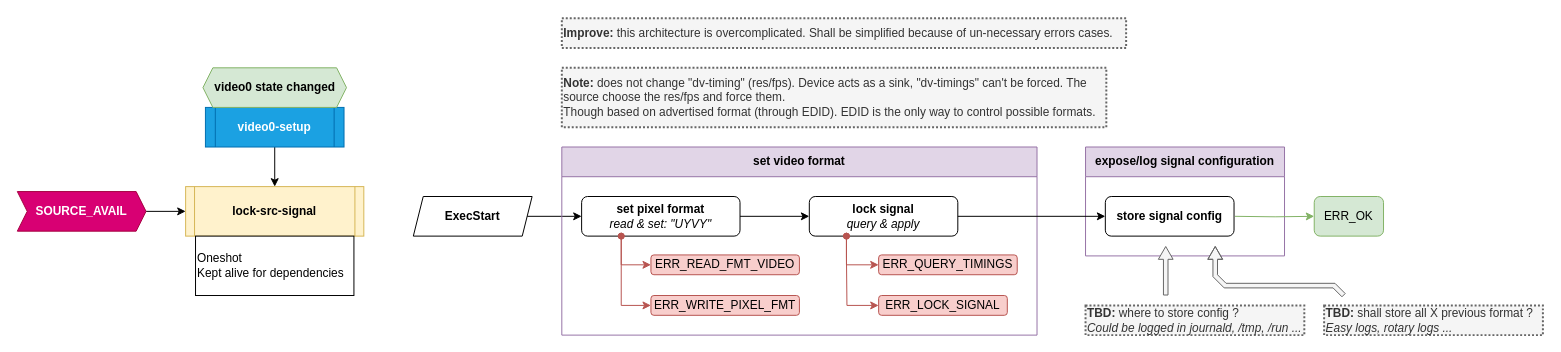
Before: page "lock-src-signal" (5 of 7) of docs/arch/arch.v4.drawio in repeact/embedded-sw, a draw.io diagram. Source tidied: cells renumbered, new cells numbered last; positions are measured from the earlier drawing's top-left corner, leaving out a move shared by most shapes. Both pictures are drawn from the tidied source at 99%, with x=0, y=0 at pixel (17, 18).
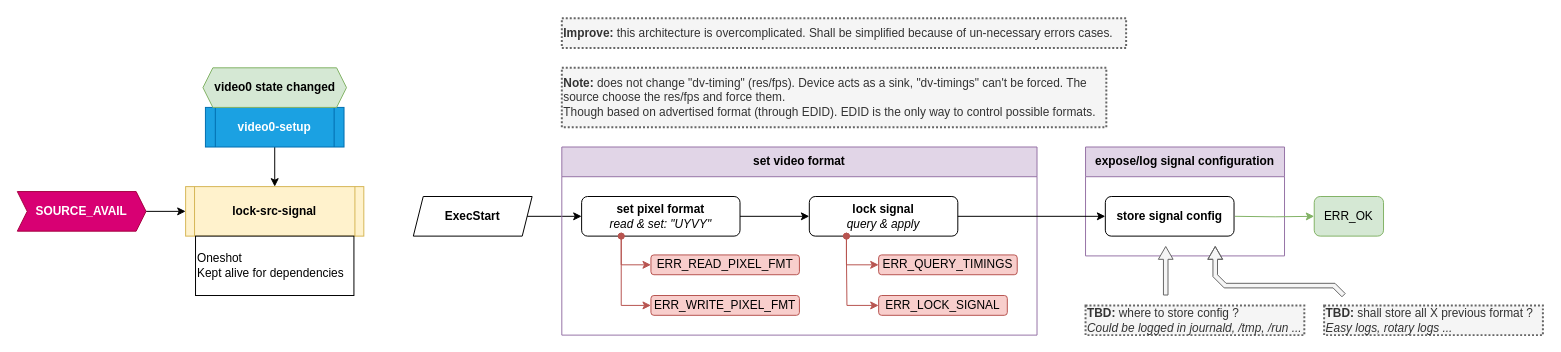
The same diagram, later.

Unchanged cells that the change refers to:
```xml
<mxCell id="11" value="set video format" style="swimlane;whiteSpace=wrap;html=1;startSize=30;fillColor=#e1d5e7;strokeColor=#9673a6;" parent="1" vertex="1">
  <mxGeometry x="550" y="130" width="480" height="190" as="geometry" />
</mxCell>
```

Diff of the diagram source:
```diff
@@
-    <mxCell id="16" value="ERR_READ_FMT_VIDEO" style="rounded=1;whiteSpace=wrap;html=1;fillColor=#f8cecc;strokeColor=#b85450;" parent="11" vertex="1">
+    <mxCell id="16" value="ERR_READ_PIXEL_FMT" style="rounded=1;whiteSpace=wrap;html=1;fillColor=#f8cecc;strokeColor=#b85450;" parent="11" vertex="1">
       <mxGeometry x="90" y="109" width="150" height="20" as="geometry" />
     </mxCell>
```
